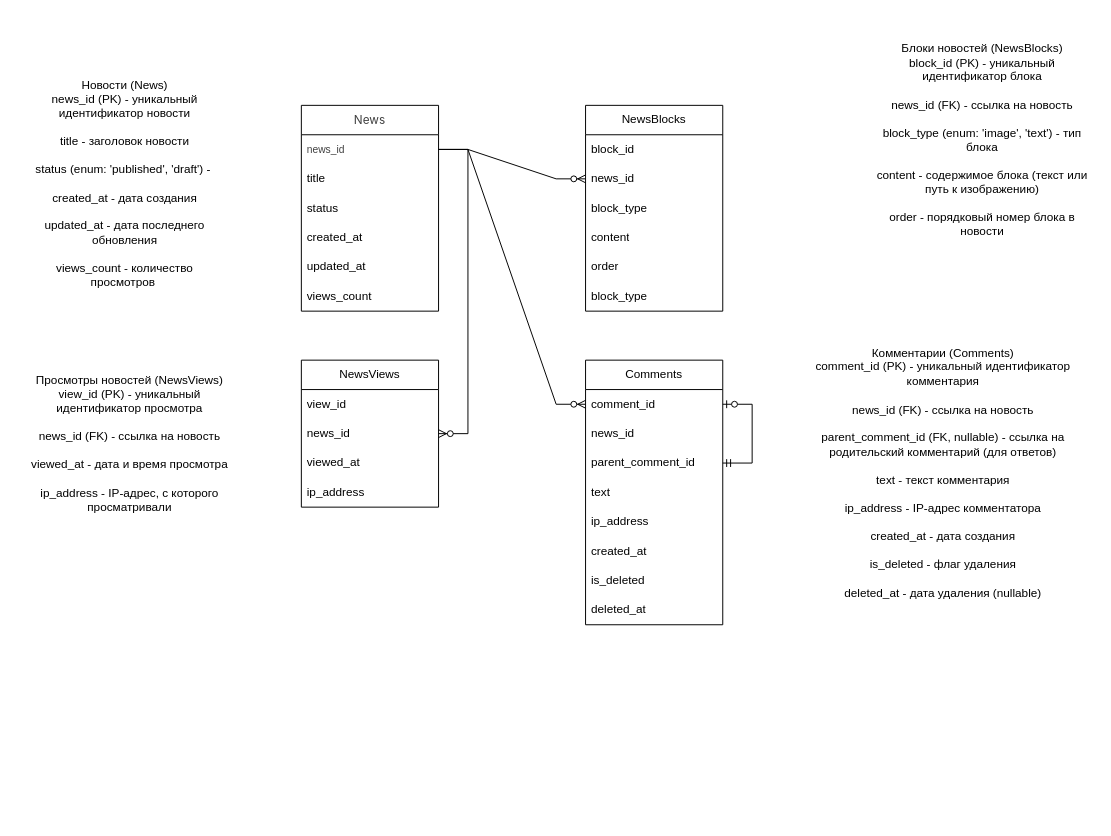
Above: lab3/Диаграмма без названия.drawio in ValentinKonstantinov/-Database (draw.io), before the change. Source tidied: cells renumbered, new cells numbered last; positions are measured from the earlier drawing's top-left corner, leaving out a move shared by most shapes. Both pictures are drawn from the tidied source at 98%, with x=0, y=0 at pixel (17, 17).
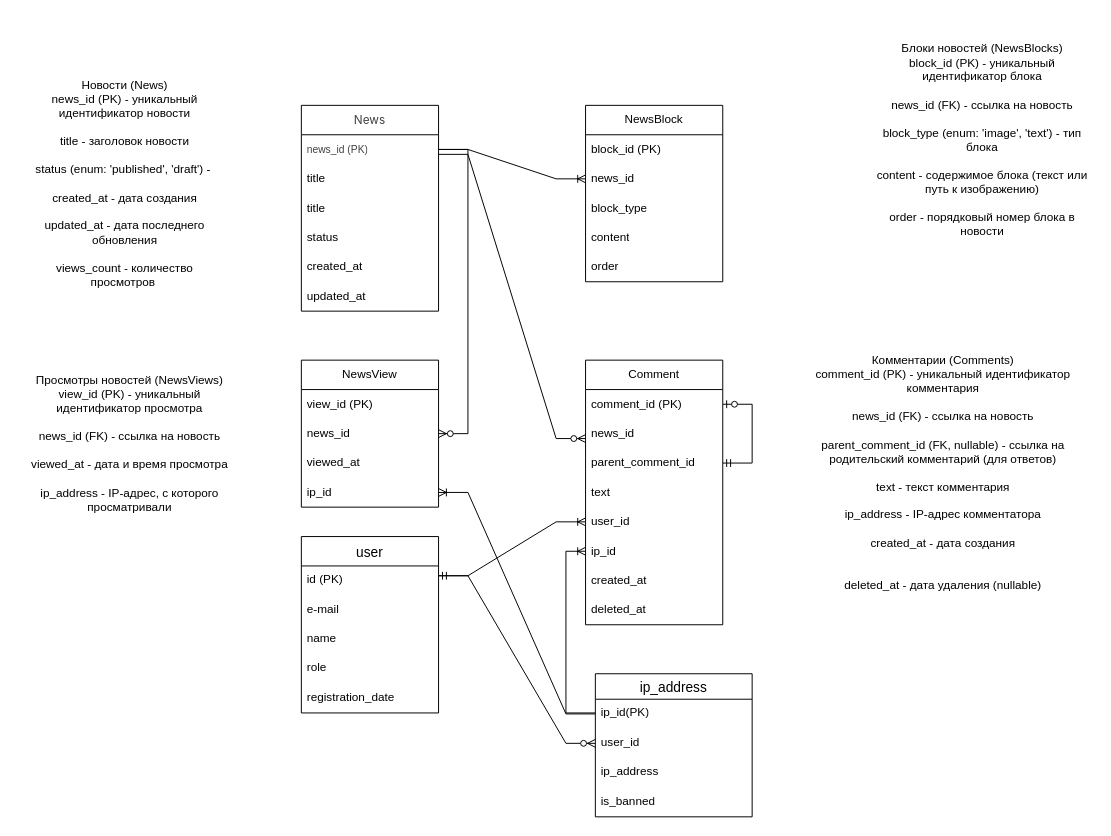
Above is the later version.

The change refers to these unchanged cells:
```xml
<mxCell id="2" value="&lt;h3 style=&quot;font-weight: var(--ds-font-weight-strong); font-size: calc(var(--ds-md-zoom)*16px); line-height: 1.5; margin: calc(var(--ds-md-zoom)*16px)0 calc(var(--ds-md-zoom)*12px)0; color: rgb(64, 64, 64); font-family: DeepSeek-CJK-patch, Inter, system-ui, -apple-system, BlinkMacSystemFont, &amp;quot;Segoe UI&amp;quot;, Roboto, &amp;quot;Noto Sans&amp;quot;, Ubuntu, Cantarell, &amp;quot;Helvetica Neue&amp;quot;, Oxygen, &amp;quot;Open Sans&amp;quot;, sans-serif; text-align: start;&quot;&gt;News&lt;/h3&gt;" style="swimlane;fontStyle=0;horizontal=1;startSize=30;whiteSpace=wrap;html=1;" parent="1" vertex="1">
  <mxGeometry x="290" y="90" width="140" height="210" as="geometry" />
</mxCell>
<mxCell id="13" value="&lt;span style=&quot;text-align: center;&quot;&gt;news_id&amp;nbsp;&lt;/span&gt;" style="text;strokeColor=none;fillColor=none;align=left;verticalAlign=middle;spacingLeft=4;spacingRight=4;overflow=hidden;points=[[0,0.5],[1,0.5]];portConstraint=eastwest;whiteSpace=wrap;html=1;" parent="11" vertex="1">
  <mxGeometry y="60" width="140" height="30" as="geometry" />
</mxCell>
```

What changed in the source:
```diff
@@
-    <mxCell id="3" value="&lt;font color=&quot;#404040&quot;&gt;&lt;span style=&quot;font-size: 10.5px;&quot;&gt;news_id&amp;nbsp;&lt;/span&gt;&lt;/font&gt;" style="text;strokeColor=none;fillColor=none;align=left;verticalAlign=middle;spacingLeft=4;spacingRight=4;overflow=hidden;points=[[0,0.5],[1,0.5]];portConstraint=eastwest;whiteSpace=wrap;html=1;" parent="2" vertex="1">
+    <mxCell id="3" value="&lt;font color=&quot;#404040&quot;&gt;&lt;span style=&quot;font-size: 10.5px;&quot;&gt;news_id (PK)&lt;/span&gt;&lt;/font&gt;" style="text;strokeColor=none;fillColor=none;align=left;verticalAlign=middle;spacingLeft=4;spacingRight=4;overflow=hidden;points=[[0,0.5],[1,0.5]];portConstraint=eastwest;whiteSpace=wrap;html=1;" parent="2" vertex="1">
       <mxGeometry y="30" width="140" height="30" as="geometry" />
     </mxCell>
@@
+    <mxCell id="38" value="title" style="text;strokeColor=none;fillColor=none;align=left;verticalAlign=middle;spacingLeft=4;spacingRight=4;overflow=hidden;whiteSpace=wrap;html=1;" parent="2" vertex="1">
+      <mxGeometry y="90" width="140" height="30" as="geometry" />
+    </mxCell>
     <mxCell id="5" value="status" style="text;strokeColor=none;fillColor=none;align=left;verticalAlign=middle;spacingLeft=4;spacingRight=4;overflow=hidden;whiteSpace=wrap;html=1;" parent="2" vertex="1">
-      <mxGeometry y="90" width="140" height="30" as="geometry" />
+      <mxGeometry y="120" width="140" height="30" as="geometry" />
     </mxCell>
     <mxCell id="6" value="created_at&amp;nbsp;" style="text;strokeColor=none;fillColor=none;align=left;verticalAlign=middle;spacingLeft=4;spacingRight=4;overflow=hidden;whiteSpace=wrap;html=1;" parent="2" vertex="1">
-      <mxGeometry y="120" width="140" height="30" as="geometry" />
+      <mxGeometry y="150" width="140" height="30" as="geometry" />
     </mxCell>
     <mxCell id="7" value="updated_at&amp;nbsp;" style="text;strokeColor=none;fillColor=none;align=left;verticalAlign=middle;spacingLeft=4;spacingRight=4;overflow=hidden;whiteSpace=wrap;html=1;" parent="2" vertex="1">
-      <mxGeometry y="150" width="140" height="30" as="geometry" />
+      <mxGeometry y="180" width="140" height="30" as="geometry" />
     </mxCell>
-    <mxCell id="8" value="&lt;span style=&quot;text-align: center;&quot;&gt;views_count&amp;nbsp;&lt;/span&gt;" style="text;strokeColor=none;fillColor=none;align=left;verticalAlign=middle;spacingLeft=4;spacingRight=4;overflow=hidden;whiteSpace=wrap;html=1;" parent="2" vertex="1">
-      <mxGeometry y="180" width="140" height="30" as="geometry" />
-    </mxCell>
@@
-    <mxCell id="11" value="NewsBlocks" style="swimlane;fontStyle=0;horizontal=1;startSize=30;whiteSpace=wrap;html=1;" parent="1" vertex="1">
-      <mxGeometry x="580" y="90" width="140" height="210" as="geometry" />
+    <mxCell id="11" value="NewsBlock" style="swimlane;fontStyle=0;horizontal=1;startSize=30;whiteSpace=wrap;html=1;" parent="1" vertex="1">
+      <mxGeometry x="580" y="90" width="140" height="180" as="geometry" />
     </mxCell>
-    <mxCell id="12" value="&lt;span style=&quot;text-align: center;&quot;&gt;block_id&lt;/span&gt;" style="text;strokeColor=none;fillColor=none;align=left;verticalAlign=middle;spacingLeft=4;spacingRight=4;overflow=hidden;whiteSpace=wrap;html=1;" parent="11" vertex="1">
+    <mxCell id="12" value="&lt;span style=&quot;text-align: center;&quot;&gt;block_id (PK)&lt;/span&gt;" style="text;strokeColor=none;fillColor=none;align=left;verticalAlign=middle;spacingLeft=4;spacingRight=4;overflow=hidden;whiteSpace=wrap;html=1;" parent="11" vertex="1">
       <mxGeometry y="30" width="140" height="30" as="geometry" />
     </mxCell>
@@
-    <mxCell id="17" value="&lt;span style=&quot;text-align: center;&quot;&gt;block_type&lt;/span&gt;" style="text;strokeColor=none;fillColor=none;align=left;verticalAlign=middle;spacingLeft=4;spacingRight=4;overflow=hidden;whiteSpace=wrap;html=1;" parent="11" vertex="1">
-      <mxGeometry y="180" width="140" height="30" as="geometry" />
-    </mxCell>
-    <mxCell id="18" value="Comments" style="swimlane;fontStyle=0;horizontal=1;startSize=30;whiteSpace=wrap;html=1;" parent="1" vertex="1">
+    <mxCell id="18" value="Comment" style="swimlane;fontStyle=0;horizontal=1;startSize=30;whiteSpace=wrap;html=1;" parent="1" vertex="1">
       <mxGeometry x="580" y="350" width="140" height="270" as="geometry" />
     </mxCell>
-    <mxCell id="19" value="&lt;span style=&quot;text-align: center;&quot;&gt;comment_id&amp;nbsp;&lt;/span&gt;" style="text;strokeColor=none;fillColor=none;align=left;verticalAlign=middle;spacingLeft=4;spacingRight=4;overflow=hidden;points=[[0,0.5],[1,0.5]];portConstraint=eastwest;whiteSpace=wrap;html=1;" parent="18" vertex="1">
+    <mxCell id="19" value="&lt;span style=&quot;text-align: center;&quot;&gt;comment_id (PK)&lt;/span&gt;" style="text;strokeColor=none;fillColor=none;align=left;verticalAlign=middle;spacingLeft=4;spacingRight=4;overflow=hidden;points=[[0,0.5],[1,0.5]];portConstraint=eastwest;whiteSpace=wrap;html=1;" parent="18" vertex="1">
       <mxGeometry y="30" width="140" height="30" as="geometry" />
     </mxCell>
@@
+    <mxCell id="39" value="&lt;span style=&quot;text-align: center;&quot;&gt;user_id&lt;/span&gt;" style="text;strokeColor=none;fillColor=none;align=left;verticalAlign=middle;spacingLeft=4;spacingRight=4;overflow=hidden;points=[[0,0.5],[1,0.5]];portConstraint=eastwest;whiteSpace=wrap;html=1;" parent="18" vertex="1">
+      <mxGeometry y="150" width="140" height="30" as="geometry" />
+    </mxCell>
-    <mxCell id="23" value="&lt;span style=&quot;text-align: center;&quot;&gt;ip_address&lt;/span&gt;" style="text;strokeColor=none;fillColor=none;align=left;verticalAlign=middle;spacingLeft=4;spacingRight=4;overflow=hidden;points=[[0,0.5],[1,0.5]];portConstraint=eastwest;whiteSpace=wrap;html=1;" parent="18" vertex="1">
-      <mxGeometry y="150" width="140" height="30" as="geometry" />
+    <mxCell id="23" value="&lt;span style=&quot;text-align: center;&quot;&gt;ip_id&lt;/span&gt;" style="text;strokeColor=none;fillColor=none;align=left;verticalAlign=middle;spacingLeft=4;spacingRight=4;overflow=hidden;points=[[0,0.5],[1,0.5]];portConstraint=eastwest;whiteSpace=wrap;html=1;" parent="18" vertex="1">
+      <mxGeometry y="180" width="140" height="30" as="geometry" />
     </mxCell>
     <mxCell id="24" value="&lt;span style=&quot;text-align: center;&quot;&gt;created_at&lt;/span&gt;" style="text;strokeColor=none;fillColor=none;align=left;verticalAlign=middle;spacingLeft=4;spacingRight=4;overflow=hidden;whiteSpace=wrap;html=1;" parent="18" vertex="1">
-      <mxGeometry y="180" width="140" height="30" as="geometry" />
+      <mxGeometry y="210" width="140" height="30" as="geometry" />
     </mxCell>
-    <mxCell id="25" value="&lt;span style=&quot;text-align: center;&quot;&gt;is_deleted&lt;/span&gt;" style="text;strokeColor=none;fillColor=none;align=left;verticalAlign=middle;spacingLeft=4;spacingRight=4;overflow=hidden;whiteSpace=wrap;html=1;" parent="18" vertex="1">
-      <mxGeometry y="210" width="140" height="30" as="geometry" />
-    </mxCell>
@@
-    <mxCell id="28" value="&lt;div&gt;Комментарии (Comments)&lt;/div&gt;&lt;div&gt;comment_id (PK) - уникальный идентификатор комментария&lt;/div&gt;&lt;div&gt;&lt;br&gt;&lt;/div&gt;&lt;div&gt;news_id (FK) - ссылка на новость&lt;/div&gt;&lt;div&gt;&lt;br&gt;&lt;/div&gt;&lt;div&gt;parent_comment_id (FK, nullable) - ссылка на родительский комментарий (для ответов)&lt;/div&gt;&lt;div&gt;&lt;br&gt;&lt;/div&gt;&lt;div&gt;text - текст комментария&lt;/div&gt;&lt;div&gt;&lt;br&gt;&lt;/div&gt;&lt;div&gt;ip_address - IP-адрес комментатора&lt;/div&gt;&lt;div&gt;&lt;br&gt;&lt;/div&gt;&lt;div&gt;created_at - дата создания&lt;/div&gt;&lt;div&gt;&lt;br&gt;&lt;/div&gt;&lt;div&gt;is_deleted - флаг удаления&lt;/div&gt;&lt;div&gt;&lt;br&gt;&lt;/div&gt;&lt;div&gt;deleted_at - дата удаления (nullable)&lt;/div&gt;" style="text;html=1;align=center;verticalAlign=middle;whiteSpace=wrap;rounded=0;" parent="1" vertex="1">
+    <mxCell id="28" value="&lt;div&gt;Комментарии (Comments)&lt;/div&gt;&lt;div&gt;comment_id (PK) - уникальный идентификатор комментария&lt;/div&gt;&lt;div&gt;&lt;br&gt;&lt;/div&gt;&lt;div&gt;news_id (FK) - ссылка на новость&lt;/div&gt;&lt;div&gt;&lt;br&gt;&lt;/div&gt;&lt;div&gt;parent_comment_id (FK, nullable) - ссылка на родительский комментарий (для ответов)&lt;/div&gt;&lt;div&gt;&lt;br&gt;&lt;/div&gt;&lt;div&gt;text - текст комментария&lt;/div&gt;&lt;div&gt;&lt;br&gt;&lt;/div&gt;&lt;div&gt;ip_address - IP-адрес комментатора&lt;/div&gt;&lt;div&gt;&lt;br&gt;&lt;/div&gt;&lt;div&gt;created_at - дата создания&lt;/div&gt;&lt;div&gt;&lt;br&gt;&lt;/div&gt;&lt;div&gt;&lt;br&gt;&lt;/div&gt;&lt;div&gt;deleted_at - дата удаления (nullable)&lt;/div&gt;" style="text;html=1;align=center;verticalAlign=middle;whiteSpace=wrap;rounded=0;" parent="1" vertex="1">
       <mxGeometry x="810" y="350" width="270" height="230" as="geometry" />
     </mxCell>
-    <mxCell id="29" value="NewsViews" style="swimlane;fontStyle=0;horizontal=1;startSize=30;whiteSpace=wrap;html=1;" parent="1" vertex="1">
+    <mxCell id="29" value="NewsView" style="swimlane;fontStyle=0;horizontal=1;startSize=30;whiteSpace=wrap;html=1;" parent="1" vertex="1">
       <mxGeometry x="290" y="350" width="140" height="150" as="geometry" />
     </mxCell>
-    <mxCell id="30" value="&lt;span style=&quot;text-align: center;&quot;&gt;view_id&lt;/span&gt;" style="text;strokeColor=none;fillColor=none;align=left;verticalAlign=middle;spacingLeft=4;spacingRight=4;overflow=hidden;whiteSpace=wrap;html=1;" parent="29" vertex="1">
+    <mxCell id="30" value="&lt;span style=&quot;text-align: center;&quot;&gt;view_id (PK)&lt;/span&gt;" style="text;strokeColor=none;fillColor=none;align=left;verticalAlign=middle;spacingLeft=4;spacingRight=4;overflow=hidden;whiteSpace=wrap;html=1;" parent="29" vertex="1">
       <mxGeometry y="30" width="140" height="30" as="geometry" />
     </mxCell>
@@
-    <mxCell id="33" value="&lt;span style=&quot;text-align: center;&quot;&gt;ip_address&amp;nbsp;&lt;/span&gt;" style="text;strokeColor=none;fillColor=none;align=left;verticalAlign=middle;spacingLeft=4;spacingRight=4;overflow=hidden;points=[[0,0.5],[1,0.5]];portConstraint=eastwest;whiteSpace=wrap;html=1;" parent="29" vertex="1">
+    <mxCell id="33" value="&lt;span style=&quot;text-align: center;&quot;&gt;ip_id&lt;/span&gt;" style="text;strokeColor=none;fillColor=none;align=left;verticalAlign=middle;spacingLeft=4;spacingRight=4;overflow=hidden;points=[[0,0.5],[1,0.5]];portConstraint=eastwest;whiteSpace=wrap;html=1;" parent="29" vertex="1">
       <mxGeometry y="120" width="140" height="30" as="geometry" />
     </mxCell>
@@
-    <mxCell id="35" style="edgeStyle=entityRelationEdgeStyle;fontSize=12;html=1;endArrow=ERzeroToMany;endFill=1;rounded=0;exitX=1;exitY=0.5;exitDx=0;exitDy=0;entryX=0;entryY=0.5;entryDx=0;entryDy=0;" parent="1" edge="1" source="3" target="13">
-      <mxGeometry relative="1" as="geometry" />
-    </mxCell>
@@
-    <mxCell id="37" style="edgeStyle=entityRelationEdgeStyle;fontSize=12;html=1;endArrow=ERzeroToMany;endFill=1;rounded=0;exitX=1;exitY=0.5;exitDx=0;exitDy=0;entryX=0;entryY=0.5;entryDx=0;entryDy=0;" parent="1" edge="1" source="3" target="19">
-      <mxGeometry relative="1" as="geometry" />
+    <mxCell id="37" style="edgeStyle=entityRelationEdgeStyle;fontSize=12;html=1;endArrow=ERzeroToMany;endFill=1;rounded=0;entryX=0;entryY=0.5;entryDx=0;entryDy=0;" parent="1" edge="1">
+      <mxGeometry relative="1" as="geometry">
+        <mxPoint x="430" y="140" as="sourcePoint" />
+        <mxPoint x="580" y="430" as="targetPoint" />
+      </mxGeometry>
     </mxCell>
+    <mxCell id="35" style="edgeStyle=entityRelationEdgeStyle;fontSize=12;html=1;endArrow=ERoneToMany;rounded=0;entryX=0;entryY=0.5;entryDx=0;entryDy=0;" parent="1" edge="1" source="3" target="13">
+      <mxGeometry relative="1" as="geometry" />
+    </mxCell>
+    <mxCell id="40" value="user" style="swimlane;fontStyle=0;horizontal=1;startSize=30;align=center;fontSize=14;" parent="1" vertex="1">
+      <mxGeometry x="290" y="530" width="140" height="180" as="geometry" />
+    </mxCell>
+    <mxCell id="41" value="id (PK)" style="text;strokeColor=none;fillColor=none;spacingLeft=4;spacingRight=4;overflow=hidden;points=[[0,0.5],[1,0.5]];portConstraint=eastwest;fontSize=12;whiteSpace=wrap;html=1;" parent="40" vertex="1">
+      <mxGeometry y="30" width="140" height="30" as="geometry" />
+    </mxCell>
+    <mxCell id="42" value="e-mail" style="text;strokeColor=none;fillColor=none;spacingLeft=4;spacingRight=4;overflow=hidden;fontSize=12;whiteSpace=wrap;html=1;" parent="40" vertex="1">
+      <mxGeometry y="60" width="140" height="30" as="geometry" />
+    </mxCell>
+    <mxCell id="43" value="name" style="text;strokeColor=none;fillColor=none;spacingLeft=4;spacingRight=4;overflow=hidden;fontSize=12;whiteSpace=wrap;html=1;" parent="40" vertex="1">
+      <mxGeometry y="90" width="140" height="30" as="geometry" />
+    </mxCell>
+    <mxCell id="44" value="role" style="text;strokeColor=none;fillColor=none;spacingLeft=4;spacingRight=4;overflow=hidden;fontSize=12;whiteSpace=wrap;html=1;" parent="40" vertex="1">
+      <mxGeometry y="120" width="140" height="30" as="geometry" />
+    </mxCell>
+    <mxCell id="45" value="registration_date" style="text;strokeColor=none;fillColor=none;spacingLeft=4;spacingRight=4;overflow=hidden;fontSize=12;whiteSpace=wrap;html=1;" parent="40" vertex="1">
+      <mxGeometry y="150" width="140" height="30" as="geometry" />
+    </mxCell>
+    <mxCell id="46" value="ip_address" style="swimlane;fontStyle=0;horizontal=1;startSize=26;align=center;fontSize=14;" parent="1" vertex="1">
+      <mxGeometry x="590" y="670" width="160" height="146" as="geometry" />
+    </mxCell>
+    <mxCell id="47" value="ip_id(PK)" style="text;strokeColor=none;fillColor=none;spacingLeft=4;spacingRight=4;overflow=hidden;points=[[0,0.5],[1,0.5]];portConstraint=eastwest;fontSize=12;whiteSpace=wrap;html=1;" parent="46" vertex="1">
+      <mxGeometry y="26" width="160" height="30" as="geometry" />
+    </mxCell>
+    <mxCell id="48" value="user_id" style="text;strokeColor=none;fillColor=none;spacingLeft=4;spacingRight=4;overflow=hidden;points=[[0,0.5],[1,0.5]];portConstraint=eastwest;fontSize=12;whiteSpace=wrap;html=1;" parent="46" vertex="1">
+      <mxGeometry y="56" width="160" height="30" as="geometry" />
+    </mxCell>
+    <mxCell id="49" value="ip_address" style="text;strokeColor=none;fillColor=none;spacingLeft=4;spacingRight=4;overflow=hidden;fontSize=12;whiteSpace=wrap;html=1;" parent="46" vertex="1">
+      <mxGeometry y="86" width="160" height="30" as="geometry" />
+    </mxCell>
+    <mxCell id="50" value="is_banned" style="text;strokeColor=none;fillColor=none;spacingLeft=4;spacingRight=4;overflow=hidden;fontSize=12;whiteSpace=wrap;html=1;" parent="46" vertex="1">
+      <mxGeometry y="116" width="160" height="30" as="geometry" />
+    </mxCell>
+    <mxCell id="51" style="edgeStyle=entityRelationEdgeStyle;fontSize=12;html=1;endArrow=ERoneToMany;rounded=0;exitX=1;exitY=0.333;exitDx=0;exitDy=0;exitPerimeter=0;" parent="1" edge="1" source="41" target="39">
+      <mxGeometry relative="1" as="geometry" />
+    </mxCell>
+    <mxCell id="52" style="edgeStyle=entityRelationEdgeStyle;fontSize=12;html=1;endArrow=ERoneToMany;rounded=0;entryX=1;entryY=0.5;entryDx=0;entryDy=0;exitX=0;exitY=0.5;exitDx=0;exitDy=0;" parent="1" edge="1" source="47" target="33">
+      <mxGeometry relative="1" as="geometry">
+        <Array as="points">
+          <mxPoint x="510" y="630" />
+          <mxPoint x="580" y="570" />
+          <mxPoint x="560" y="610" />
+          <mxPoint x="560" y="550" />
+        </Array>
+      </mxGeometry>
+    </mxCell>
+    <mxCell id="53" style="edgeStyle=elbowEdgeStyle;fontSize=12;html=1;endArrow=ERoneToMany;rounded=0;entryX=0;entryY=0.5;entryDx=0;entryDy=0;" parent="1" edge="1" target="23">
+      <mxGeometry relative="1" as="geometry">
+        <mxPoint x="590" y="710" as="sourcePoint" />
+        <Array as="points">
+          <mxPoint x="560" y="630" />
+        </Array>
+      </mxGeometry>
+    </mxCell>
+    <mxCell id="54" style="edgeStyle=entityRelationEdgeStyle;fontSize=12;html=1;endArrow=ERzeroToMany;startArrow=ERmandOne;rounded=0;entryX=0;entryY=0.5;entryDx=0;entryDy=0;" parent="1" edge="1" target="48">
+      <mxGeometry relative="1" as="geometry">
+        <mxPoint x="430" y="570" as="sourcePoint" />
+      </mxGeometry>
+    </mxCell>
```
